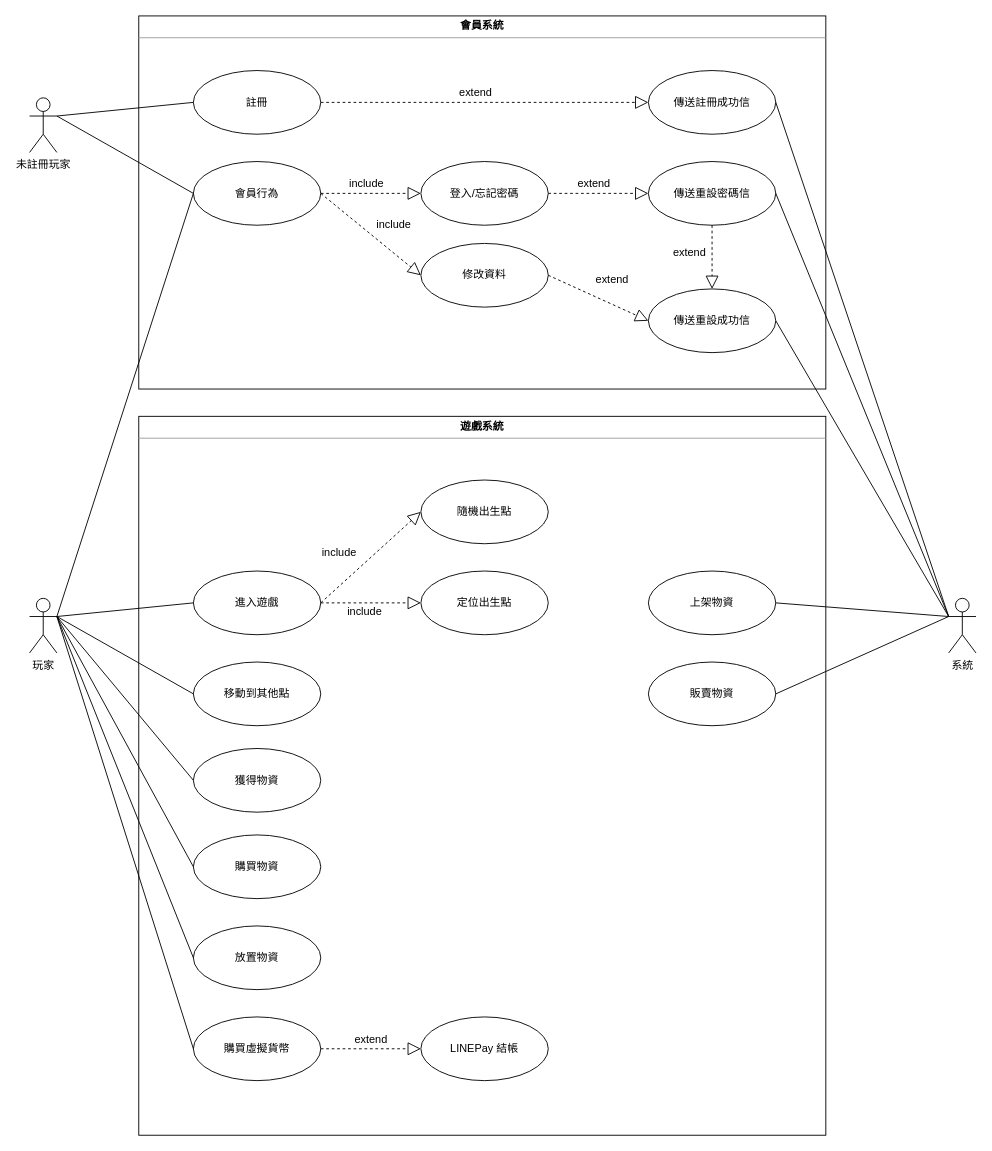
Above: page "Use Case" (1 of 3) of uml.drawio in zhao1995chen/final-project-of-2020-training-class (draw.io), before the change. Source tidied: cells renumbered, new cells numbered last; positions are measured from the earlier drawing's top-left corner, leaving out a move shared by most shapes. Both pictures are drawn from the tidied source at 91%, with x=0, y=0 at pixel (29, 15).
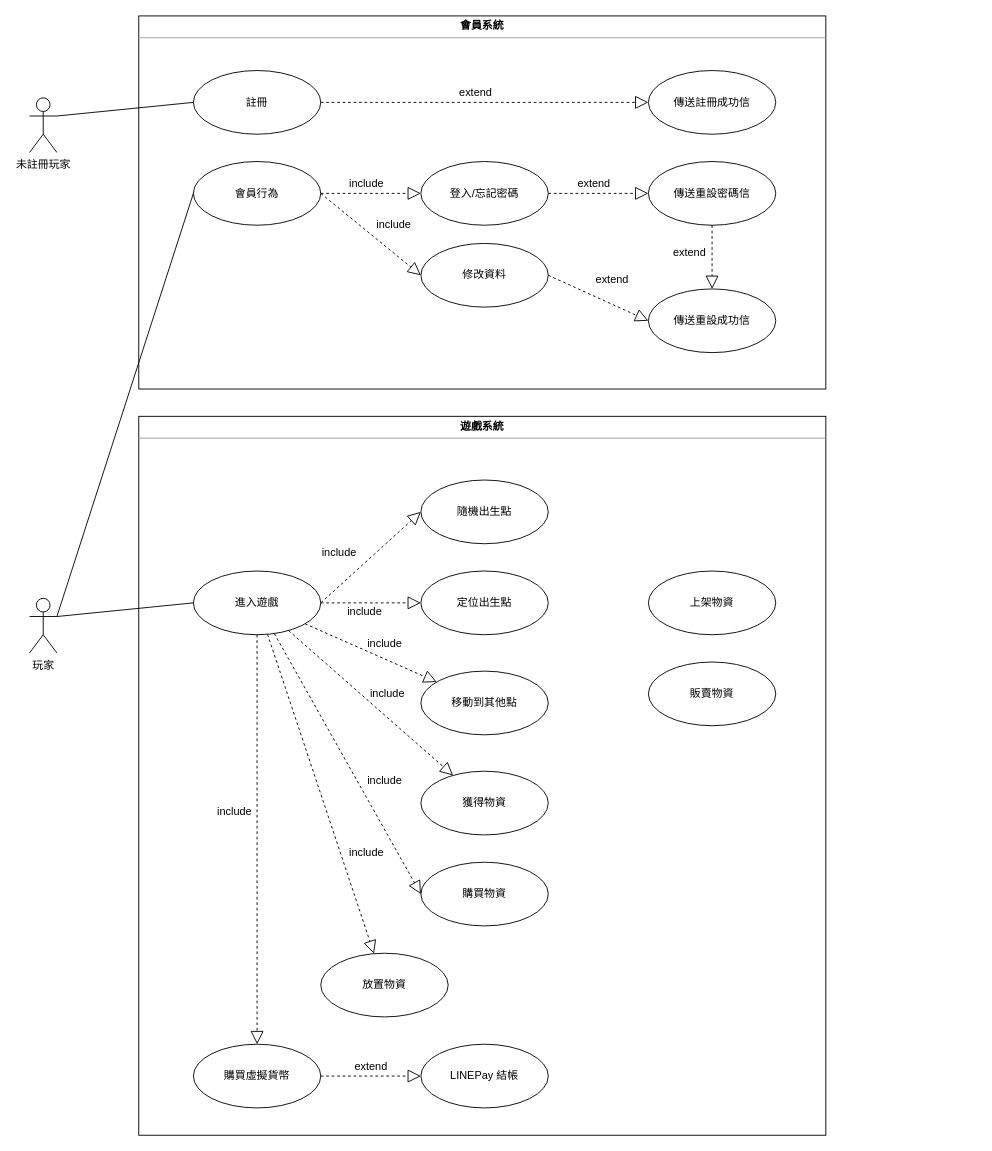
The same page after the edit.

The change refers to these unchanged cells:
```xml
<mxCell id="2" value="未註冊玩家" style="shape=umlActor;verticalLabelPosition=bottom;labelBackgroundColor=#ffffff;verticalAlign=top;html=1;align=center;" parent="1" vertex="1">
  <mxGeometry y="90" width="30" height="60" as="geometry" />
</mxCell>
<mxCell id="6" value="會員行為" style="ellipse;whiteSpace=wrap;html=1;align=center;" parent="1" vertex="1">
  <mxGeometry x="180" y="160" width="140" height="70" as="geometry" />
</mxCell>
<mxCell id="9" value="傳送重設密碼信" style="ellipse;whiteSpace=wrap;html=1;align=center;" parent="1" vertex="1">
  <mxGeometry x="680" y="160" width="140" height="70" as="geometry" />
</mxCell>
<mxCell id="10" value="傳送註冊成功信" style="ellipse;whiteSpace=wrap;html=1;align=center;" parent="1" vertex="1">
  <mxGeometry x="680" y="60" width="140" height="70" as="geometry" />
</mxCell>
<mxCell id="23" value="傳送重設成功信" style="ellipse;whiteSpace=wrap;html=1;align=center;" parent="1" vertex="1">
  <mxGeometry x="680" y="300" width="140" height="70" as="geometry" />
</mxCell>
<mxCell id="29" value="玩家" style="shape=umlActor;verticalLabelPosition=bottom;labelBackgroundColor=#ffffff;verticalAlign=top;html=1;align=center;" parent="1" vertex="1">
  <mxGeometry y="640" width="30" height="60" as="geometry" />
</mxCell>
<mxCell id="32" value="進入遊戲" style="ellipse;whiteSpace=wrap;html=1;align=center;" parent="1" vertex="1">
  <mxGeometry x="180" y="610" width="140" height="70" as="geometry" />
</mxCell>
<mxCell id="53" value="販賣物資" style="ellipse;whiteSpace=wrap;html=1;align=center;" parent="1" vertex="1">
  <mxGeometry x="680" y="710" width="140" height="70" as="geometry" />
</mxCell>
<mxCell id="55" value="上架物資" style="ellipse;whiteSpace=wrap;html=1;" parent="1" vertex="1">
  <mxGeometry x="680" y="610" width="140" height="70" as="geometry" />
</mxCell>
```

Diff of the diagram source:
```diff
@@
-    <mxCell id="8" value="系統" style="shape=umlActor;verticalLabelPosition=bottom;labelBackgroundColor=#ffffff;verticalAlign=top;html=1;align=center;" parent="1" vertex="1">
-      <mxGeometry x="1010" y="640" width="30" height="60" as="geometry" />
-    </mxCell>
@@
-    <mxCell id="11" style="endArrow=none;html=1;entryX=0;entryY=0.3333333333333333;entryDx=0;entryDy=0;entryPerimeter=0;exitX=1;exitY=0.5;exitDx=0;exitDy=0;" parent="1" edge="1" source="9" target="8">
-      <mxGeometry relative="1" as="geometry" />
-    </mxCell>
-    <mxCell id="12" style="endArrow=none;html=1;entryX=0;entryY=0.3333333333333333;entryDx=0;entryDy=0;entryPerimeter=0;exitX=1;exitY=0.5;exitDx=0;exitDy=0;" parent="1" edge="1" source="10" target="8">
-      <mxGeometry relative="1" as="geometry" />
-    </mxCell>
@@
-    <mxCell id="18" style="endArrow=none;html=1;entryX=0;entryY=0.5;entryDx=0;entryDy=0;exitX=1;exitY=0.3333333333333333;exitDx=0;exitDy=0;exitPerimeter=0;" parent="1" edge="1" source="2" target="6">
-      <mxGeometry relative="1" as="geometry" />
-    </mxCell>
@@
-    <mxCell id="28" style="endArrow=none;html=1;entryX=1;entryY=0.5;entryDx=0;entryDy=0;exitX=0;exitY=0.3333333333333333;exitDx=0;exitDy=0;exitPerimeter=0;" parent="1" edge="1" source="8" target="23">
-      <mxGeometry relative="1" as="geometry" />
-    </mxCell>
@@
     <mxCell id="33" value="移動到其他點" style="ellipse;whiteSpace=wrap;html=1;align=center;" parent="1" vertex="1">
-      <mxGeometry x="180" y="710" width="140" height="70" as="geometry" />
+      <mxGeometry x="430" y="720" width="140" height="70" as="geometry" />
     </mxCell>
@@
     <mxCell id="36" value="購買虛擬貨幣" style="ellipse;whiteSpace=wrap;html=1;align=center;" parent="1" vertex="1">
-      <mxGeometry x="180" y="1100" width="140" height="70" as="geometry" />
+      <mxGeometry x="180" y="1130" width="140" height="70" as="geometry" />
     </mxCell>
     <mxCell id="37" value="放置物資" style="ellipse;whiteSpace=wrap;html=1;align=center;" parent="1" vertex="1">
-      <mxGeometry x="180" y="1000" width="140" height="70" as="geometry" />
+      <mxGeometry x="320" y="1030" width="140" height="70" as="geometry" />
     </mxCell>
     <mxCell id="38" value="LINEPay 結帳" style="ellipse;whiteSpace=wrap;html=1;align=center;" parent="1" vertex="1">
-      <mxGeometry x="430" y="1100" width="140" height="70" as="geometry" />
+      <mxGeometry x="430" y="1130" width="140" height="70" as="geometry" />
     </mxCell>
@@
-    <mxCell id="40" style="endArrow=none;html=1;entryX=1;entryY=0.3333333333333333;entryDx=0;entryDy=0;entryPerimeter=0;exitX=0;exitY=0.5;exitDx=0;exitDy=0;" parent="1" edge="1" source="36" target="29">
-      <mxGeometry relative="1" as="geometry" />
-    </mxCell>
-    <mxCell id="41" style="endArrow=none;html=1;entryX=0;entryY=0.5;entryDx=0;entryDy=0;exitX=1;exitY=0.3333333333333333;exitDx=0;exitDy=0;exitPerimeter=0;" parent="1" edge="1" source="29" target="37">
-      <mxGeometry relative="1" as="geometry" />
-    </mxCell>
@@
     <mxCell id="44" value="extend" style="text;html=1;align=center;verticalAlign=top;spacingTop=-4;" parent="1" vertex="1">
-      <mxGeometry x="350" y="1115" width="50" height="20" as="geometry" />
+      <mxGeometry x="350" y="1145" width="50" height="20" as="geometry" />
     </mxCell>
@@
-    <mxCell id="47" style="endArrow=none;html=1;entryX=0;entryY=0.5;entryDx=0;entryDy=0;exitX=1;exitY=0.3333333333333333;exitDx=0;exitDy=0;exitPerimeter=0;" parent="1" edge="1" source="29" target="33">
-      <mxGeometry relative="1" as="geometry" />
-    </mxCell>
@@
     <mxCell id="49" value="購買物資" style="ellipse;whiteSpace=wrap;html=1;align=center;" parent="1" vertex="1">
-      <mxGeometry x="180" y="900" width="140" height="70" as="geometry" />
+      <mxGeometry x="430" y="930" width="140" height="70" as="geometry" />
     </mxCell>
     <mxCell id="50" value="獲得物資" style="ellipse;whiteSpace=wrap;html=1;align=center;" parent="1" vertex="1">
-      <mxGeometry x="180" y="805" width="140" height="70" as="geometry" />
+      <mxGeometry x="430" y="830" width="140" height="70" as="geometry" />
     </mxCell>
-    <mxCell id="51" style="endArrow=none;html=1;entryX=0;entryY=0.5;entryDx=0;entryDy=0;exitX=1;exitY=0.3333333333333333;exitDx=0;exitDy=0;exitPerimeter=0;" parent="1" edge="1" source="29" target="49">
-      <mxGeometry relative="1" as="geometry" />
-    </mxCell>
-    <mxCell id="52" style="endArrow=none;html=1;entryX=0;entryY=0.5;entryDx=0;entryDy=0;exitX=1;exitY=0.3333333333333333;exitDx=0;exitDy=0;exitPerimeter=0;" parent="1" edge="1" source="29" target="50">
-      <mxGeometry relative="1" as="geometry" />
-    </mxCell>
@@
-    <mxCell id="54" style="endArrow=none;html=1;exitX=1;exitY=0.5;exitDx=0;exitDy=0;entryX=0;entryY=0.3333333333333333;entryDx=0;entryDy=0;entryPerimeter=0;" parent="1" edge="1" source="53" target="8">
-      <mxGeometry relative="1" as="geometry" />
-    </mxCell>
@@
-    <mxCell id="56" style="endArrow=none;html=1;exitX=1;exitY=0.5;exitDx=0;exitDy=0;entryX=0;entryY=0.3333333333333333;entryDx=0;entryDy=0;entryPerimeter=0;" parent="1" edge="1" source="55" target="8">
-      <mxGeometry relative="1" as="geometry" />
-    </mxCell>
+    <mxCell id="57" style="endArrow=block;dashed=1;endFill=0;endSize=12;html=1;" parent="1" edge="1" source="32" target="33">
+      <mxGeometry relative="1" as="geometry" />
+    </mxCell>
+    <mxCell id="58" style="endArrow=block;dashed=1;endFill=0;endSize=12;html=1;" parent="1" edge="1" source="32" target="50">
+      <mxGeometry relative="1" as="geometry" />
+    </mxCell>
+    <mxCell id="59" value="include" style="text;html=1;align=center;verticalAlign=top;spacingTop=-4;" parent="1" vertex="1">
+      <mxGeometry x="365" y="680" width="50" height="20" as="geometry" />
+    </mxCell>
+    <mxCell id="60" value="include" style="text;html=1;align=center;verticalAlign=top;spacingTop=-4;" parent="1" vertex="1">
+      <mxGeometry x="367.5" y="735" width="50" height="20" as="geometry" />
+    </mxCell>
+    <mxCell id="61" style="endArrow=block;dashed=1;endFill=0;endSize=12;html=1;entryX=0;entryY=0.5;entryDx=0;entryDy=0;" parent="1" edge="1" source="32" target="49">
+      <mxGeometry relative="1" as="geometry" />
+    </mxCell>
+    <mxCell id="62" value="include" style="text;html=1;align=center;verticalAlign=top;spacingTop=-4;" parent="1" vertex="1">
+      <mxGeometry x="365" y="830" width="50" height="20" as="geometry" />
+    </mxCell>
+    <mxCell id="63" style="endArrow=block;dashed=1;endFill=0;endSize=12;html=1;" parent="1" edge="1" source="32" target="37">
+      <mxGeometry relative="1" as="geometry" />
+    </mxCell>
+    <mxCell id="64" style="endArrow=block;dashed=1;endFill=0;endSize=12;html=1;" parent="1" edge="1" source="32" target="36">
+      <mxGeometry relative="1" as="geometry" />
+    </mxCell>
+    <mxCell id="65" value="include" style="text;html=1;align=center;verticalAlign=top;spacingTop=-4;" parent="1" vertex="1">
+      <mxGeometry x="345" y="910" width="50" height="20" as="geometry" />
+    </mxCell>
+    <mxCell id="66" value="include" style="text;html=1;align=center;verticalAlign=top;spacingTop=-4;" parent="1" vertex="1">
+      <mxGeometry x="200" y="865" width="50" height="20" as="geometry" />
+    </mxCell>
```
